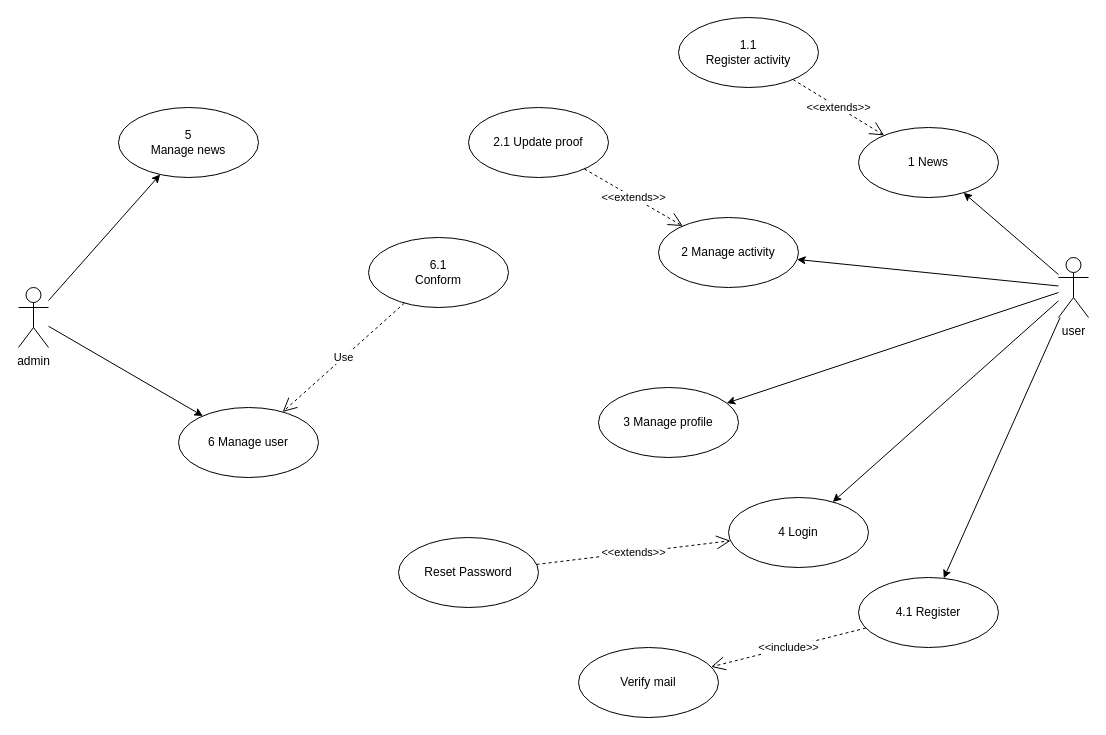
The draw.io diagram dagram.drawio in cnttou/sv5titou, before the edit. Source tidied: cells renumbered, new cells numbered last; positions are measured from the earlier drawing's top-left corner, leaving out a move shared by most shapes. Both pictures are drawn from the tidied source at 100%, with x=0, y=0 at pixel (18, 17).
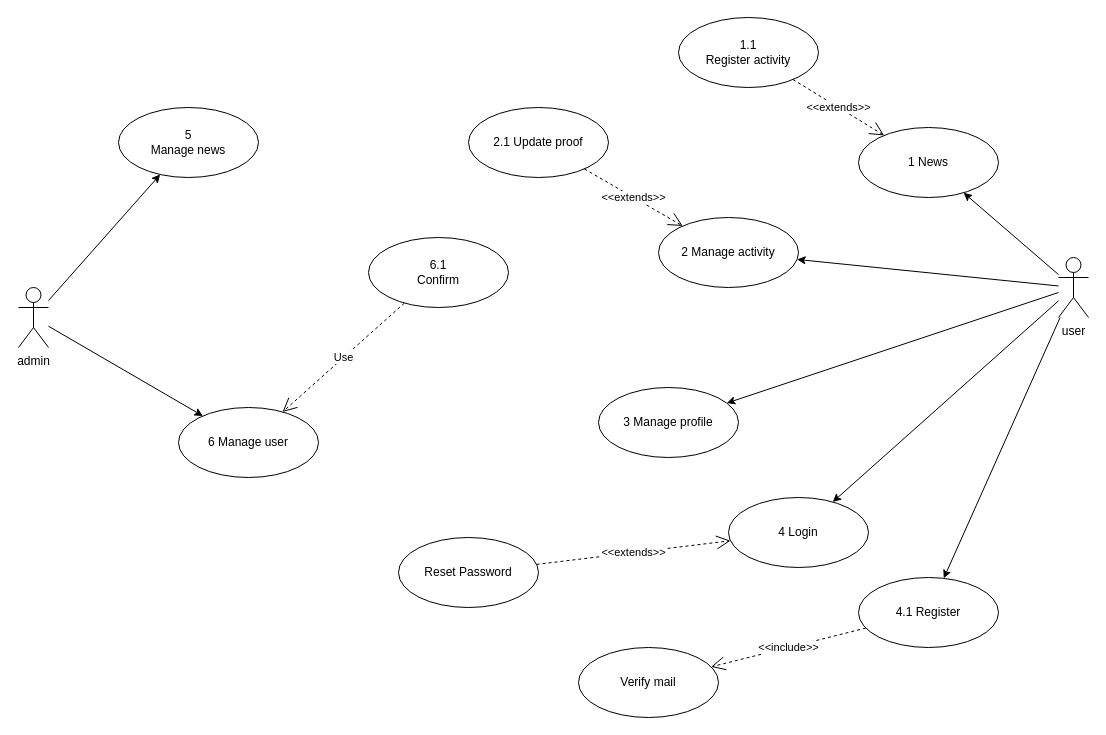
The same diagram, later.

The edit, as a diff of the source:
```diff
@@
-    <mxCell id="18" value="6.1 &lt;br&gt;&lt;div&gt;Conform&lt;/div&gt;" style="ellipse;whiteSpace=wrap;html=1;" parent="1" vertex="1">
+    <mxCell id="18" value="6.1 &lt;br&gt;&lt;div&gt;Confirm&lt;/div&gt;" style="ellipse;whiteSpace=wrap;html=1;" parent="1" vertex="1">
       <mxGeometry x="350" y="220" width="140" height="70" as="geometry" />
     </mxCell>
```
